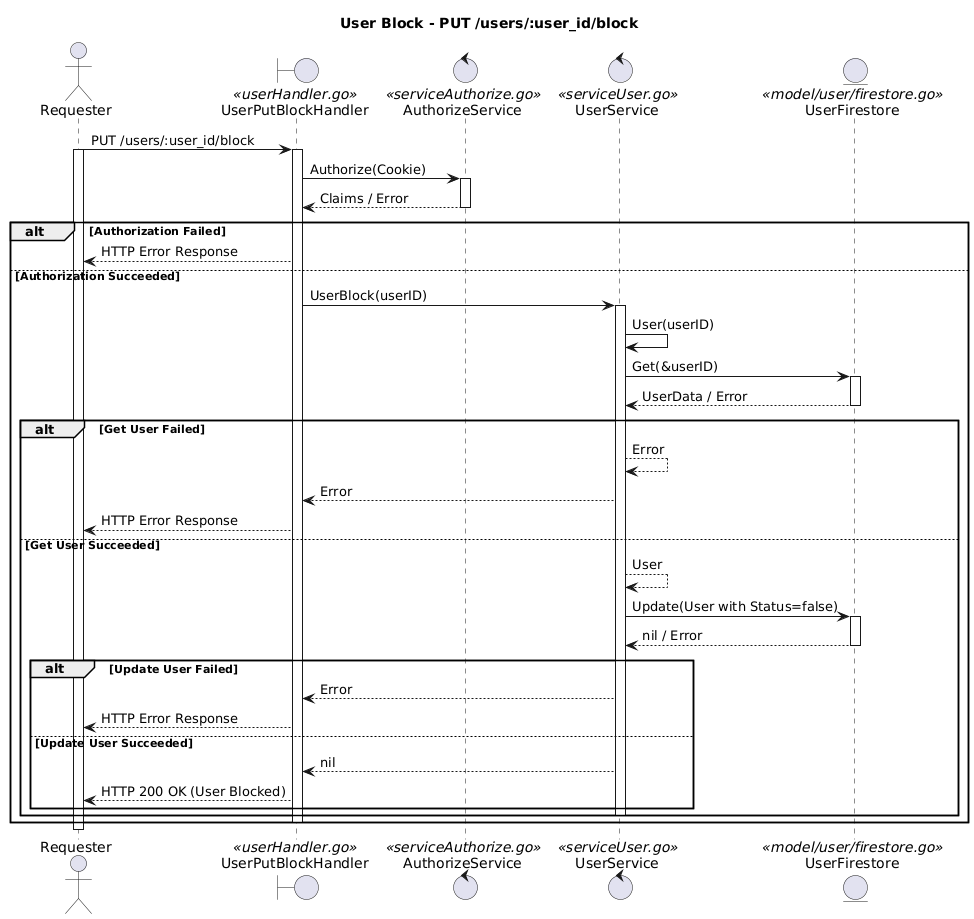
Earlier version of the PlantUML export docs/Un(Block)/SequenciaUserBlock.png (JulioKobayashiEbury/BankingAPI).
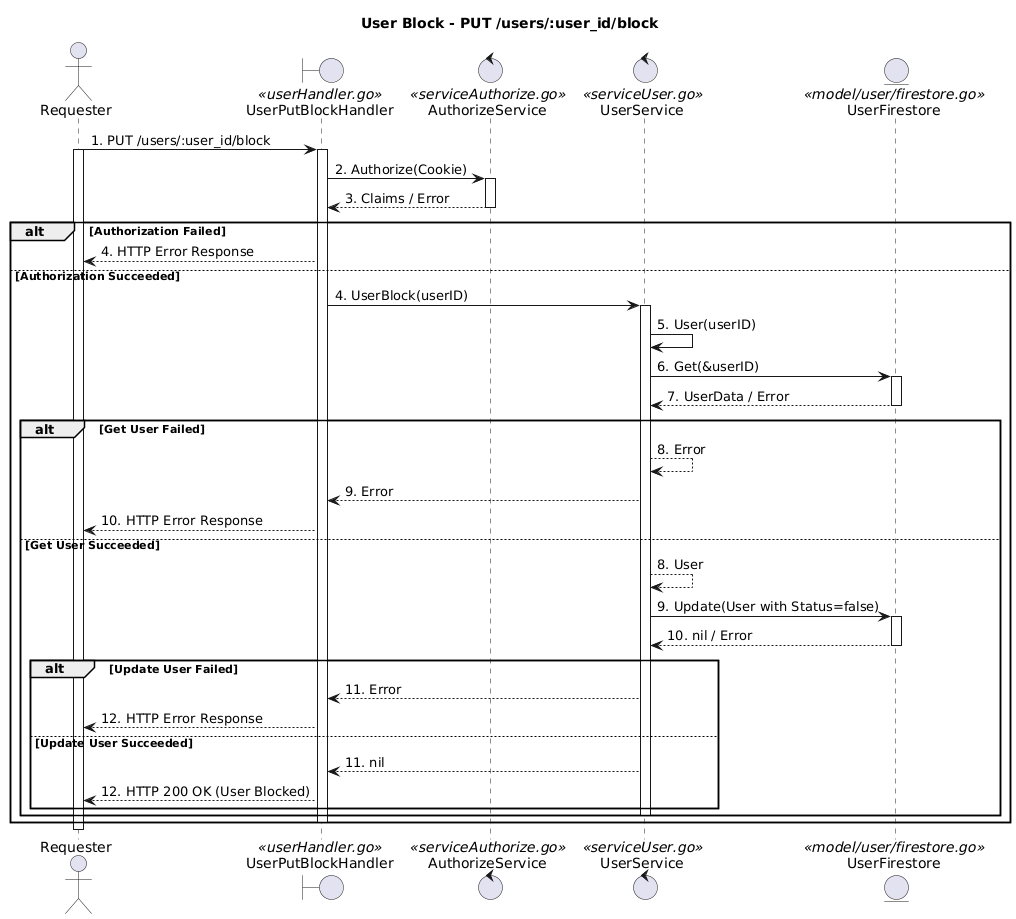
The same diagram one commit later.

Diff of the diagram source:
```diff
@@ -7,39 +7,39 @@
 control UserService <<serviceUser.go>>
 entity UserFirestore <<model/user/firestore.go>>
 
-Requester -> UserPutBlockHandler : PUT /users/:user_id/block
+Requester -> UserPutBlockHandler : 1. PUT /users/:user_id/block
 activate Requester
 activate UserPutBlockHandler
-UserPutBlockHandler -> AuthorizeService : Authorize(Cookie)
+UserPutBlockHandler -> AuthorizeService : 2. Authorize(Cookie)
 activate AuthorizeService
-AuthorizeService --> UserPutBlockHandler : Claims / Error
+AuthorizeService --> UserPutBlockHandler : 3. Claims / Error
 deactivate AuthorizeService
 alt Authorization Failed
-    UserPutBlockHandler --> Requester : HTTP Error Response
+    UserPutBlockHandler --> Requester : 4. HTTP Error Response
 else Authorization Succeeded
-    UserPutBlockHandler -> UserService : UserBlock(userID)
+    UserPutBlockHandler -> UserService : 4. UserBlock(userID)
     activate UserService
-    UserService -> UserService : User(userID)
-    UserService -> UserFirestore : Get(&userID)
+    UserService -> UserService : 5. User(userID)
+    UserService -> UserFirestore : 6. Get(&userID)
     activate UserFirestore
-    UserFirestore --> UserService : UserData / Error
+    UserFirestore --> UserService : 7. UserData / Error
     deactivate UserFirestore
     alt Get User Failed
-        UserService --> UserService : Error
-        UserService --> UserPutBlockHandler : Error
-        UserPutBlockHandler --> Requester : HTTP Error Response
+        UserService --> UserService : 8. Error
+        UserService --> UserPutBlockHandler : 9. Error
+        UserPutBlockHandler --> Requester : 10. HTTP Error Response
     else Get User Succeeded
-        UserService --> UserService : User
-        UserService -> UserFirestore : Update(User with Status=false)
+        UserService --> UserService : 8. User
+        UserService -> UserFirestore : 9. Update(User with Status=false)
         activate UserFirestore
-        UserFirestore --> UserService : nil / Error
+        UserFirestore --> UserService : 10. nil / Error
         deactivate UserFirestore
         alt Update User Failed
-            UserService --> UserPutBlockHandler : Error
-            UserPutBlockHandler --> Requester : HTTP Error Response
+            UserService --> UserPutBlockHandler : 11. Error
+            UserPutBlockHandler --> Requester : 12. HTTP Error Response
         else Update User Succeeded
-            UserService --> UserPutBlockHandler : nil
-            UserPutBlockHandler --> Requester : HTTP 200 OK (User Blocked)
+            UserService --> UserPutBlockHandler : 11. nil
+            UserPutBlockHandler --> Requester : 12. HTTP 200 OK (User Blocked)
         end
         deactivate UserService
     end
```
